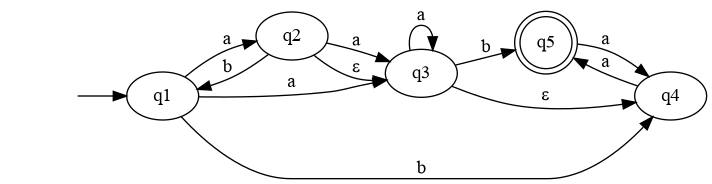
The Graphviz diagram TestGraphs/NDFA.png in bas200o/formele-methoden, before a commit. Its source is kept beside it as TestGraphs/NDFA.dot.
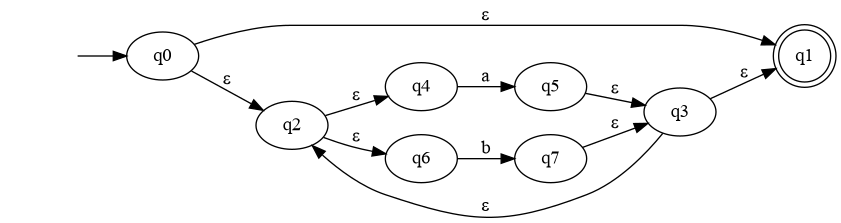
After the change.

Diff of the diagram source:
```diff
@@ -1,17 +1,16 @@
 digraph id
 {
 	rankdir =  LR; node_start [label = "", shape = none];
-	node_start ->  q1;
-	q5 [label =q5, shape = doublecircle];
-	q1 -> q2 ["label"="a"];
-	q1 -> q3 ["label"="a"];
-	q1 -> q4 ["label"="b"];
-	q2 -> q1 ["label"="b"];
-	q2 -> q3 ["label"="a"];
-	q2 -> q3 ["label"="ε"];
-	q3 -> q3 ["label"="a"];
-	q3 -> q5 ["label"="b"];
-	q3 -> q4 ["label"="ε"];
+	node_start ->  q0;
+	q1 [label =q1, shape = doublecircle];
+	q0 -> q1 ["label"="ε"];
+	q0 -> q2 ["label"="ε"];
+	q3 -> q1 ["label"="ε"];
+	q3 -> q2 ["label"="ε"];
+	q2 -> q4 ["label"="ε"];
+	q5 -> q3 ["label"="ε"];
 	q4 -> q5 ["label"="a"];
-	q5 -> q4 ["label"="a"];
+	q2 -> q6 ["label"="ε"];
+	q7 -> q3 ["label"="ε"];
+	q6 -> q7 ["label"="b"];
 }
```
